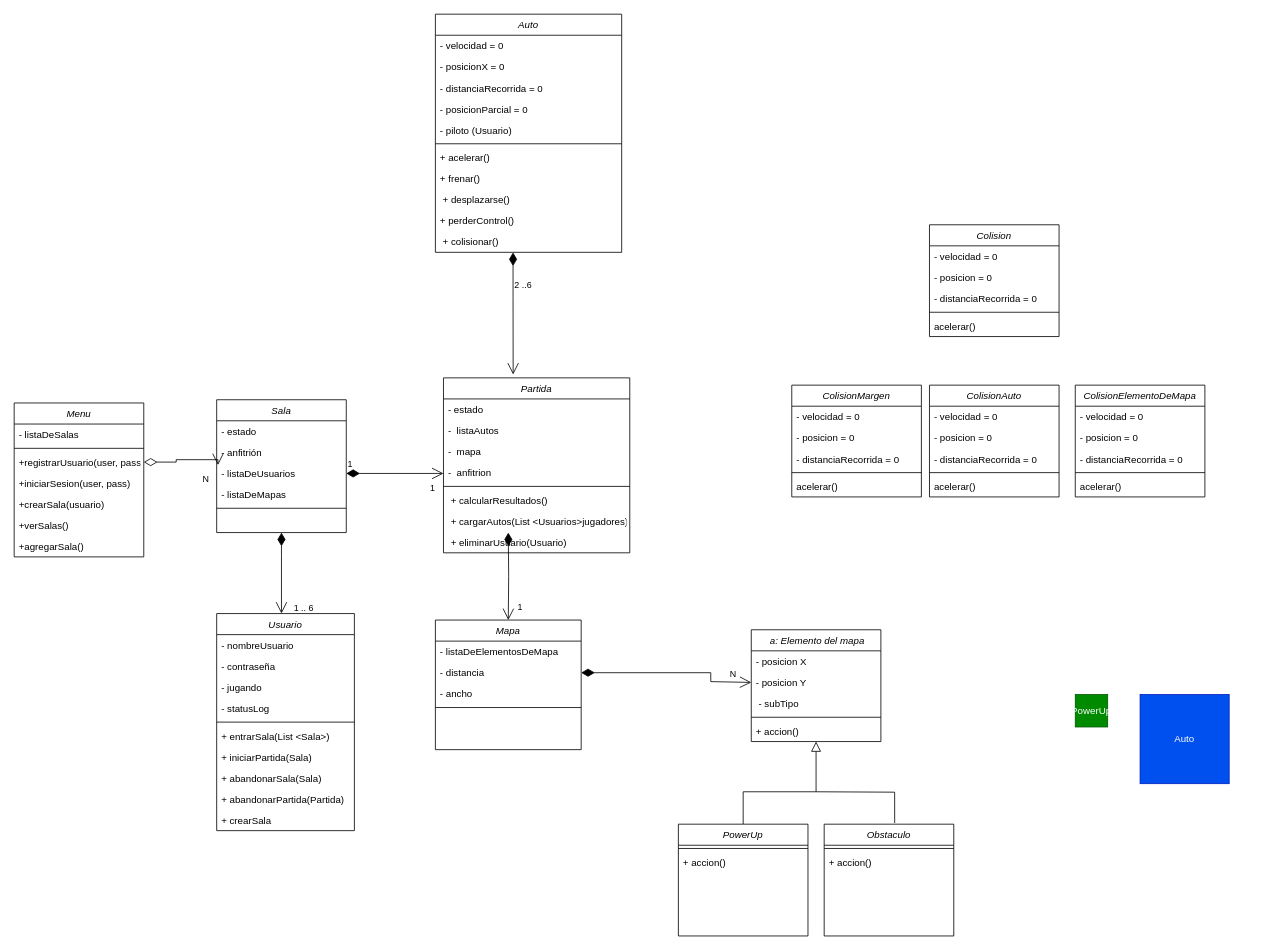
Before: UML ROAD ROGHTER.drawio in sbonvehi/tcp-road_fighter, a draw.io diagram. Source tidied: cells renumbered, new cells numbered last; positions are measured from the earlier drawing's top-left corner, leaving out a move shared by most shapes. Both pictures are drawn from the tidied source at 81%, with x=0, y=0 at pixel (14, 14).
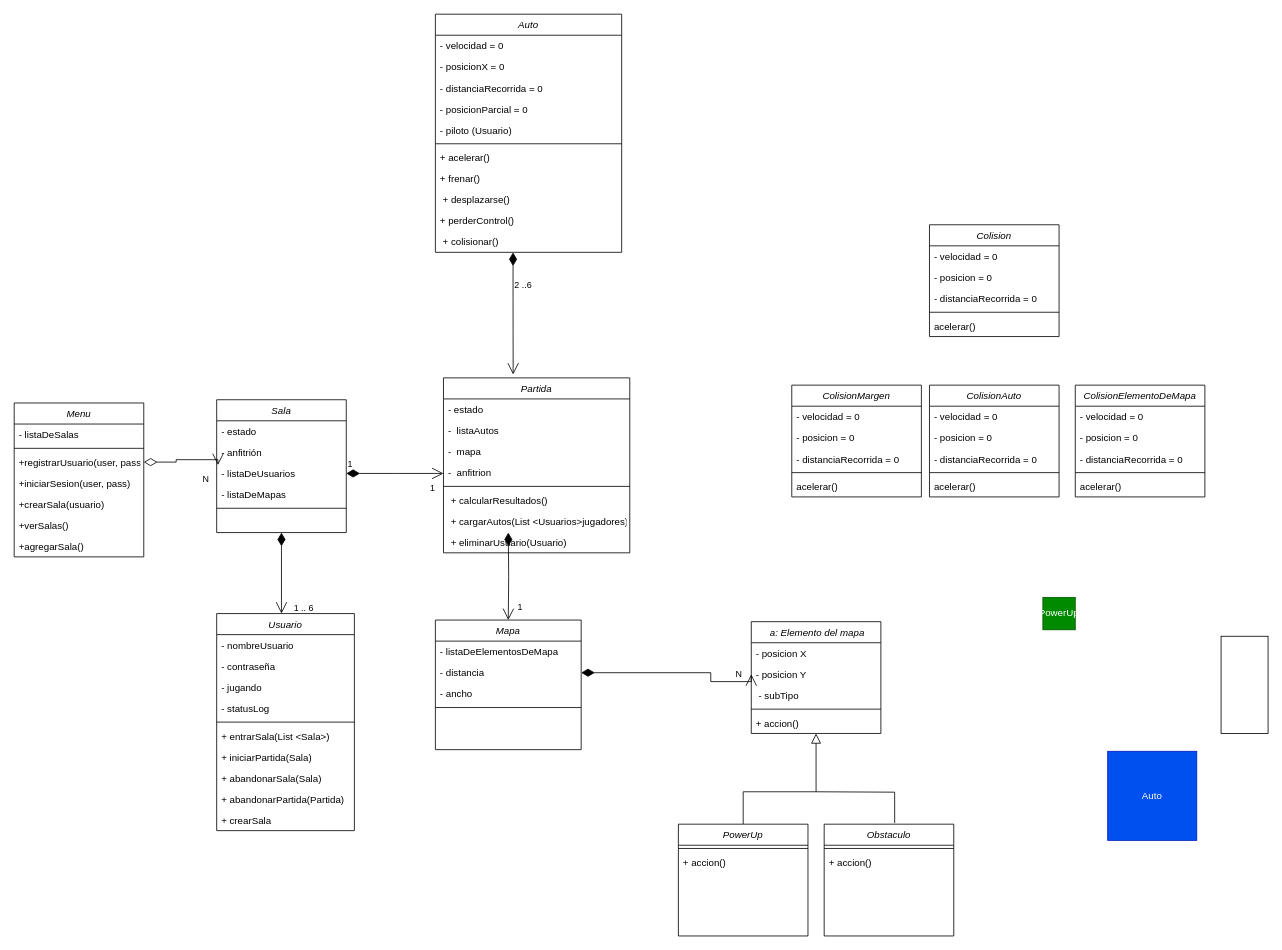
Above is the later version.

The edit, as a diff of the source:
```diff
@@
     <mxCell id="20" value=" a: Elemento del mapa" style="swimlane;fontStyle=2;align=center;verticalAlign=top;horizontal=1;startSize=26;rounded=0;shadow=0;strokeWidth=1;" parent="1" vertex="1">
-      <mxGeometry x="910" y="760" width="160" height="138" as="geometry" />
+      <mxGeometry x="910" y="750" width="160" height="138" as="geometry" />
     </mxCell>
@@
     <mxCell id="100" value="PowerUp" style="rounded=0;whiteSpace=wrap;html=1;fillColor=#008a00;strokeColor=#005700;fontColor=#ffffff;" parent="1" vertex="1">
-      <mxGeometry x="1310" y="840" width="40" height="40" as="geometry" />
+      <mxGeometry x="1270" y="720" width="40" height="40" as="geometry" />
     </mxCell>
     <mxCell id="101" value="Auto" style="whiteSpace=wrap;html=1;fillColor=#0050ef;strokeColor=#001DBC;fontColor=#ffffff;" parent="1" vertex="1">
-      <mxGeometry x="1390" y="840" width="110" height="110" as="geometry" />
+      <mxGeometry x="1350" y="910" width="110" height="110" as="geometry" />
     </mxCell>
+    <mxCell id="102" style="rounded=0;whiteSpace=wrap;html=1;rotation=90;" parent="1" vertex="1">
+      <mxGeometry x="1459" y="799" width="120" height="58" as="geometry" />
+    </mxCell>
```
